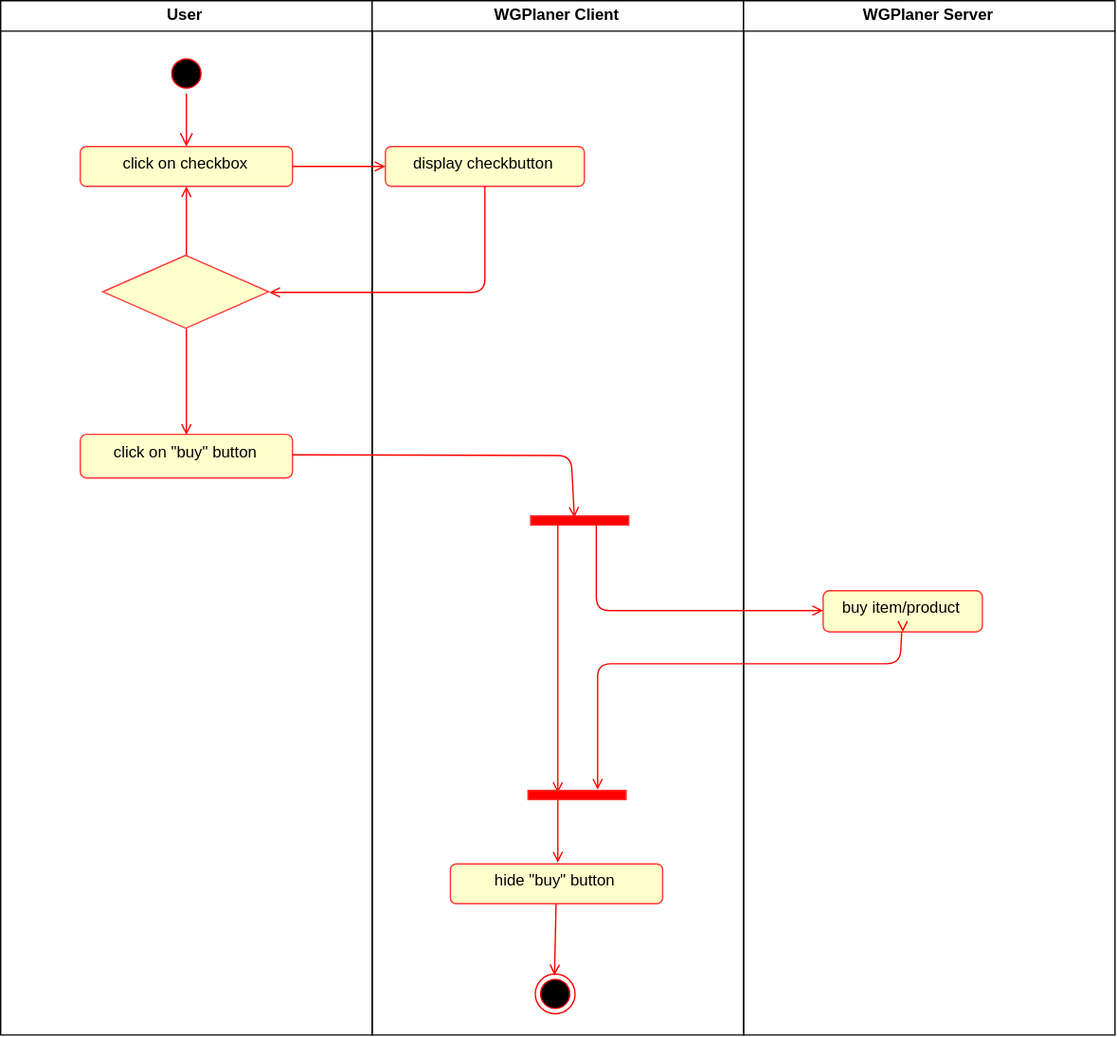
WGPlaner/wg_planer keeps this draw.io diagram as Documentation/ActivityDiagrams/uc_buy_item_activity_diagram.svg. Above is the earlier version. Source tidied: cells renumbered, new cells last; positions are measured from the earlier drawing's top-left corner, leaving out a move shared by most shapes. Its diagram source:
```xml
<mxGraphModel background="#ffffff">
  <root>
    <mxCell id="0" />
    <mxCell id="1" parent="0" />
    <mxCell id="2" value="User" style="swimlane;whiteSpace=wrap;" parent="1" vertex="1">
      <mxGeometry width="280" height="780" as="geometry" />
    </mxCell>
    <mxCell id="3" style="ellipse;shape=startState;fillColor=#000000;strokeColor=#ff0000;" parent="2" vertex="1">
      <mxGeometry x="125" y="40" width="30" height="30" as="geometry" />
    </mxCell>
    <mxCell id="4" style="edgeStyle=elbowEdgeStyle;elbow=horizontal;verticalAlign=bottom;endArrow=open;endSize=8;strokeColor=#FF0000;endFill=1;rounded=0;entryX=0.5;entryY=0;" parent="2" edge="1" source="3" target="5">
      <mxGeometry x="100" y="40" as="geometry" />
    </mxCell>
    <mxCell id="5" value="click on checkbox" style="rounded=1;whiteSpace=wrap;html=1;fillColor=#FFFFCC;strokeColor=#FF3333;" parent="2" vertex="1">
      <mxGeometry x="60" y="110" width="160" height="30" as="geometry" />
    </mxCell>
    <mxCell id="6" style="edgeStyle=orthogonalEdgeStyle;rounded=0;html=1;exitX=0.5;exitY=0;entryX=0.5;entryY=0;jettySize=auto;orthogonalLoop=1;strokeColor=#FF0000;" parent="2" edge="1" source="5" target="5">
      <mxGeometry relative="1" as="geometry" />
    </mxCell>
    <mxCell id="7" style="edgeStyle=none;rounded=1;html=1;exitX=0.5;exitY=0;entryX=0.5;entryY=1;endArrow=open;endFill=0;jettySize=auto;strokeColor=#FF0000;" parent="2" edge="1" source="9" target="5">
      <mxGeometry relative="1" as="geometry" />
    </mxCell>
    <mxCell id="8" style="edgeStyle=none;rounded=1;html=1;exitX=0.5;exitY=1;entryX=0.5;entryY=0;endArrow=open;endFill=0;jettySize=auto;strokeColor=#FF0000;" parent="2" edge="1" source="9" target="10">
      <mxGeometry relative="1" as="geometry" />
    </mxCell>
    <mxCell id="9" style="rhombus;whiteSpace=wrap;html=1;strokeColor=#FF3333;fillColor=#FFFFCC;" parent="2" vertex="1">
      <mxGeometry x="77" y="192" width="125" height="55" as="geometry" />
    </mxCell>
    <mxCell id="10" value="click on &quot;buy&quot; button" style="rounded=1;whiteSpace=wrap;html=1;fillColor=#FFFFCC;strokeColor=#FF3333;" parent="2" vertex="1">
      <mxGeometry x="60" y="327" width="160" height="33" as="geometry" />
    </mxCell>
    <mxCell id="11" value="WGPlaner Client" style="swimlane;whiteSpace=wrap;" parent="1" vertex="1">
      <mxGeometry x="280" width="280" height="780" as="geometry" />
    </mxCell>
    <mxCell id="12" value="display checkbutton" style="rounded=1;whiteSpace=wrap;html=1;fillColor=#FFFFCC;strokeColor=#FF3333;" parent="11" vertex="1">
      <mxGeometry x="10" y="110" width="150" height="30" as="geometry" />
    </mxCell>
    <mxCell id="13" style="html=1;points=[];perimeter=orthogonalPerimeter;strokeColor=#FF3333;fillColor=#FF0000;rotation=90;" parent="11" vertex="1">
      <mxGeometry x="153" y="355" width="7" height="74" as="geometry" />
    </mxCell>
    <mxCell id="14" style="ellipse;shape=endState;fillColor=#000000;strokeColor=#ff0000;" parent="11" vertex="1">
      <mxGeometry x="123" y="734" width="30" height="30" as="geometry" />
    </mxCell>
    <mxCell id="15" style="endArrow=open;html=1;strokeColor=#FF0000;endFill=0;entryX=0.214;entryY=0.708;exitX=1.017;exitY=0.728;exitPerimeter=0;entryPerimeter=0;" parent="11" edge="1" source="13" target="18">
      <mxGeometry relative="1" as="geometry" />
    </mxCell>
    <mxCell id="16" style="edgeStyle=none;rounded=1;html=1;entryX=0.5;entryY=0;endArrow=open;endFill=0;jettySize=auto;strokeColor=#FF0000;" parent="11" edge="1" source="17" target="14">
      <mxGeometry relative="1" as="geometry" />
    </mxCell>
    <mxCell id="17" value="hide &quot;buy&quot; button" style="rounded=1;whiteSpace=wrap;html=1;fillColor=#FFFFCC;strokeColor=#FF3333;" parent="11" vertex="1">
      <mxGeometry x="59" y="651" width="160" height="30" as="geometry" />
    </mxCell>
    <mxCell id="18" style="html=1;points=[];perimeter=orthogonalPerimeter;strokeColor=#FF3333;fillColor=#FF0000;rotation=90;" parent="11" vertex="1">
      <mxGeometry x="151" y="562" width="7" height="74" as="geometry" />
    </mxCell>
    <mxCell id="19" style="endArrow=open;html=1;strokeColor=#FF0000;endFill=0;entryX=0.5;entryY=0;exitX=1.071;exitY=0.698;exitPerimeter=0;" parent="11" edge="1" source="18" target="17">
      <mxGeometry relative="1" as="geometry" />
    </mxCell>
    <mxCell id="20" value="WGPlaner Server" style="swimlane;whiteSpace=wrap;" parent="1" vertex="1">
      <mxGeometry x="560" width="280" height="780" as="geometry" />
    </mxCell>
    <mxCell id="21" value="buy item/product" style="rounded=1;whiteSpace=wrap;html=1;fillColor=#FFFFCC;strokeColor=#FF3333;" parent="20" vertex="1">
      <mxGeometry x="60" y="445" width="120" height="31" as="geometry" />
    </mxCell>
    <mxCell id="22" style="edgeStyle=none;rounded=1;html=1;exitX=0.5;exitY=1;endArrow=open;endFill=0;jettySize=auto;orthogonalLoop=1;strokeColor=#FF0000;" parent="20" edge="1" source="21" target="21">
      <mxGeometry relative="1" as="geometry" />
    </mxCell>
    <mxCell id="23" style="endArrow=open;html=1;strokeColor=#FF0000;exitX=1;exitY=0.5;entryX=0;entryY=0.5;endFill=0;" parent="1" edge="1" source="5" target="12">
      <mxGeometry relative="1" as="geometry" />
    </mxCell>
    <mxCell id="24" style="endArrow=open;html=1;strokeColor=#FF0000;exitX=1;exitY=0.5;endFill=0;entryX=0.051;entryY=0.57;entryPerimeter=0;" parent="1" edge="1" source="10" target="13">
      <mxGeometry relative="1" as="geometry">
        <Array as="points">
          <mxPoint x="430" y="343" />
        </Array>
      </mxGeometry>
    </mxCell>
    <mxCell id="25" style="endArrow=open;html=1;strokeColor=#FF0000;entryX=0;entryY=0.5;endFill=0;" parent="1" edge="1" target="21">
      <mxGeometry relative="1" as="geometry">
        <mxPoint x="449" y="392" as="sourcePoint" />
        <Array as="points">
          <mxPoint x="449" y="460" />
        </Array>
      </mxGeometry>
    </mxCell>
    <mxCell id="26" style="html=1;endArrow=open;endFill=0;jettySize=auto;strokeColor=#FF0000;rounded=1;entryX=0.071;entryY=0.286;entryPerimeter=0;" parent="1" edge="1" source="21" target="18">
      <mxGeometry relative="1" as="geometry">
        <Array as="points">
          <mxPoint x="678" y="500" />
          <mxPoint x="450" y="500" />
        </Array>
      </mxGeometry>
    </mxCell>
    <mxCell id="27" style="edgeStyle=none;rounded=1;html=1;exitX=0.5;exitY=1;entryX=1;entryY=0.5;endArrow=open;endFill=0;jettySize=auto;strokeColor=#FF0000;" parent="1" edge="1" source="12" target="9">
      <mxGeometry relative="1" as="geometry">
        <Array as="points">
          <mxPoint x="365" y="220" />
        </Array>
      </mxGeometry>
    </mxCell>
  </root>
</mxGraphModel>
```
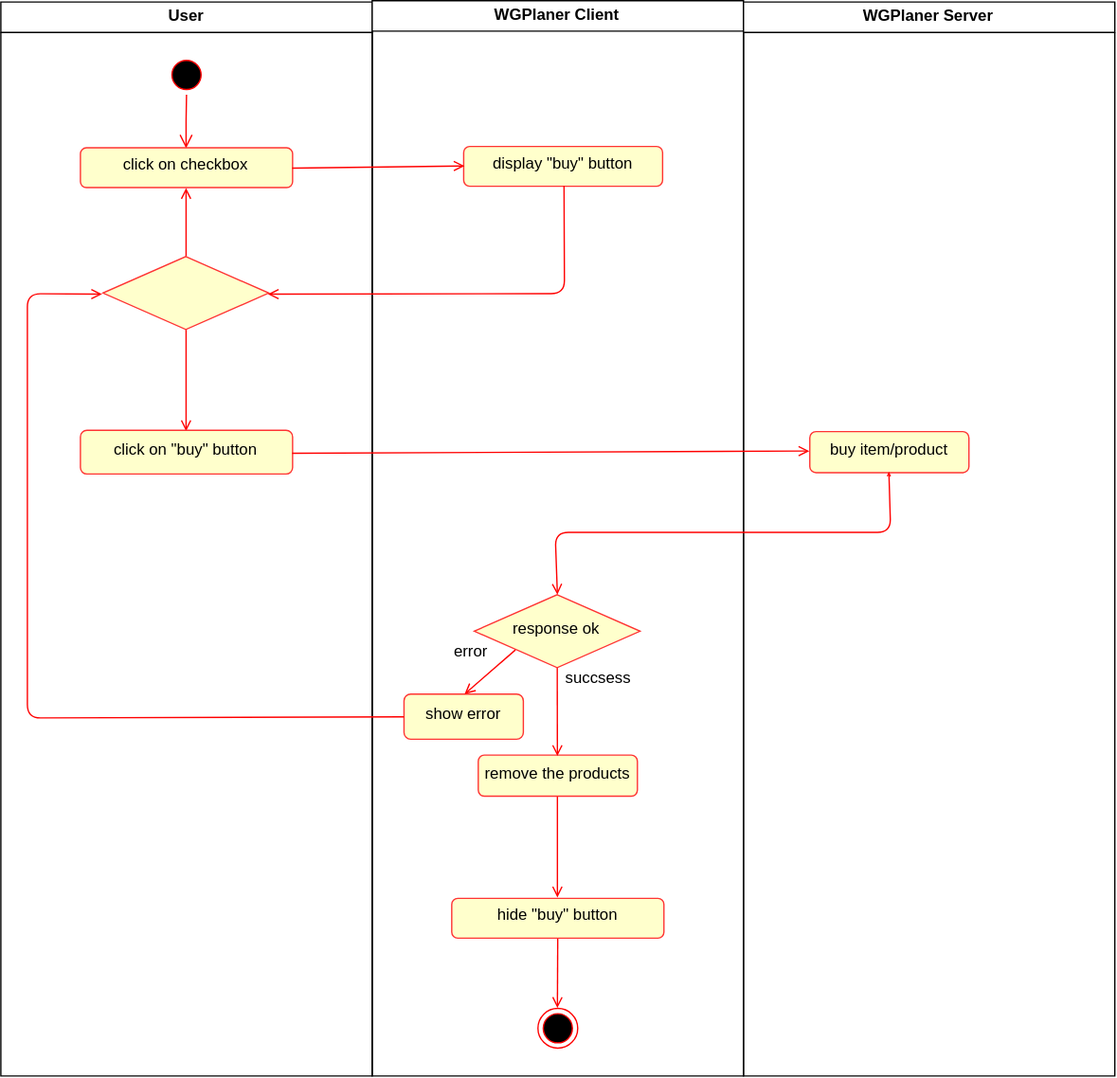
The same file after the commit.

Change to the diagram source:
```diff
@@ -3,7 +3,7 @@
     <mxCell id="0" />
     <mxCell id="1" parent="0" />
     <mxCell id="2" value="User" style="swimlane;whiteSpace=wrap;" parent="1" vertex="1">
-      <mxGeometry width="280" height="780" as="geometry" />
+      <mxGeometry width="280" height="810" as="geometry" />
     </mxCell>
     <mxCell id="3" style="ellipse;shape=startState;fillColor=#000000;strokeColor=#ff0000;" parent="2" vertex="1">
       <mxGeometry x="125" y="40" width="30" height="30" as="geometry" />
@@ -27,40 +27,49 @@
       <mxGeometry x="77" y="192" width="125" height="55" as="geometry" />
     </mxCell>
     <mxCell id="10" value="click on &quot;buy&quot; button" style="rounded=1;whiteSpace=wrap;html=1;fillColor=#FFFFCC;strokeColor=#FF3333;" parent="2" vertex="1">
-      <mxGeometry x="60" y="327" width="160" height="33" as="geometry" />
+      <mxGeometry x="60" y="323" width="160" height="33" as="geometry" />
     </mxCell>
     <mxCell id="11" value="WGPlaner Client" style="swimlane;whiteSpace=wrap;" parent="1" vertex="1">
-      <mxGeometry x="280" width="280" height="780" as="geometry" />
+      <mxGeometry x="280" y="-1" width="280" height="811" as="geometry" />
     </mxCell>
-    <mxCell id="12" value="display checkbutton" style="rounded=1;whiteSpace=wrap;html=1;fillColor=#FFFFCC;strokeColor=#FF3333;" parent="11" vertex="1">
-      <mxGeometry x="10" y="110" width="150" height="30" as="geometry" />
+    <mxCell id="12" value="display &quot;buy&quot; button" style="rounded=1;whiteSpace=wrap;html=1;fillColor=#FFFFCC;strokeColor=#FF3333;" parent="11" vertex="1">
+      <mxGeometry x="69" y="110" width="150" height="30" as="geometry" />
     </mxCell>
-    <mxCell id="13" style="html=1;points=[];perimeter=orthogonalPerimeter;strokeColor=#FF3333;fillColor=#FF0000;rotation=90;" parent="11" vertex="1">
-      <mxGeometry x="153" y="355" width="7" height="74" as="geometry" />
-    </mxCell>
     <mxCell id="14" style="ellipse;shape=endState;fillColor=#000000;strokeColor=#ff0000;" parent="11" vertex="1">
-      <mxGeometry x="123" y="734" width="30" height="30" as="geometry" />
+      <mxGeometry x="125" y="760" width="30" height="30" as="geometry" />
     </mxCell>
-    <mxCell id="15" style="endArrow=open;html=1;strokeColor=#FF0000;endFill=0;entryX=0.214;entryY=0.708;exitX=1.017;exitY=0.728;exitPerimeter=0;entryPerimeter=0;" parent="11" edge="1" source="13" target="18">
-      <mxGeometry relative="1" as="geometry" />
-    </mxCell>
     <mxCell id="16" style="edgeStyle=none;rounded=1;html=1;entryX=0.5;entryY=0;endArrow=open;endFill=0;jettySize=auto;strokeColor=#FF0000;" parent="11" edge="1" source="17" target="14">
       <mxGeometry relative="1" as="geometry" />
     </mxCell>
     <mxCell id="17" value="hide &quot;buy&quot; button" style="rounded=1;whiteSpace=wrap;html=1;fillColor=#FFFFCC;strokeColor=#FF3333;" parent="11" vertex="1">
-      <mxGeometry x="59" y="651" width="160" height="30" as="geometry" />
+      <mxGeometry x="60" y="677" width="160" height="30" as="geometry" />
     </mxCell>
-    <mxCell id="18" style="html=1;points=[];perimeter=orthogonalPerimeter;strokeColor=#FF3333;fillColor=#FF0000;rotation=90;" parent="11" vertex="1">
-      <mxGeometry x="151" y="562" width="7" height="74" as="geometry" />
-    </mxCell>
-    <mxCell id="19" style="endArrow=open;html=1;strokeColor=#FF0000;endFill=0;entryX=0.5;entryY=0;exitX=1.071;exitY=0.698;exitPerimeter=0;" parent="11" edge="1" source="18" target="17">
+    <mxCell id="19" style="endArrow=open;html=1;strokeColor=#FF0000;endFill=0;entryX=0.5;entryY=0;exitX=0.5;exitY=1;" parent="11" edge="1" source="28" target="17">
       <mxGeometry relative="1" as="geometry" />
     </mxCell>
+    <mxCell id="28" value="remove the products" style="rounded=1;whiteSpace=wrap;html=1;fillColor=#FFFFCC;strokeColor=#FF3333;" parent="11" vertex="1">
+      <mxGeometry x="80" y="569" width="120" height="31" as="geometry" />
+    </mxCell>
+    <mxCell id="29" style="edgeStyle=none;rounded=1;html=1;entryX=0.5;entryY=0;endArrow=open;endFill=0;jettySize=auto;strokeColor=#FF0000;strokeWidth=1;" parent="11" edge="1" source="30" target="28">
+      <mxGeometry relative="1" as="geometry" />
+    </mxCell>
+    <mxCell id="30" value="response ok" style="rhombus;whiteSpace=wrap;html=1;strokeColor=#FF3333;fillColor=#FFFFCC;" parent="11" vertex="1">
+      <mxGeometry x="77" y="448" width="125" height="55" as="geometry" />
+    </mxCell>
+    <mxCell id="31" value="show error" style="rounded=1;whiteSpace=wrap;html=1;fillColor=#FFFFCC;strokeColor=#FF3333;" parent="11" vertex="1">
+      <mxGeometry x="24" y="523" width="90" height="34" as="geometry" />
+    </mxCell>
+    <mxCell id="32" value="error" style="text;html=1;align=left;verticalAlign=top;spacingTop=-4;" parent="11" vertex="1">
+      <mxGeometry x="60" y="483" width="40" height="20" as="geometry" />
+    </mxCell>
+    <mxCell id="33" style="edgeStyle=none;rounded=1;html=1;endArrow=open;endFill=0;jettySize=auto;strokeColor=#FF0000;strokeWidth=1;exitX=0;exitY=1;entryX=0.5;entryY=0;" parent="11" edge="1" source="30" target="31">
+      <mxGeometry relative="1" as="geometry" />
+    </mxCell>
     <mxCell id="20" value="WGPlaner Server" style="swimlane;whiteSpace=wrap;" parent="1" vertex="1">
-      <mxGeometry x="560" width="280" height="780" as="geometry" />
+      <mxGeometry x="560" width="280" height="810" as="geometry" />
     </mxCell>
     <mxCell id="21" value="buy item/product" style="rounded=1;whiteSpace=wrap;html=1;fillColor=#FFFFCC;strokeColor=#FF3333;" parent="20" vertex="1">
-      <mxGeometry x="60" y="445" width="120" height="31" as="geometry" />
+      <mxGeometry x="50" y="324" width="120" height="31" as="geometry" />
     </mxCell>
     <mxCell id="22" style="edgeStyle=none;rounded=1;html=1;exitX=0.5;exitY=1;endArrow=open;endFill=0;jettySize=auto;orthogonalLoop=1;strokeColor=#FF0000;" parent="20" edge="1" source="21" target="21">
       <mxGeometry relative="1" as="geometry" />
@@ -68,35 +77,34 @@
     <mxCell id="23" style="endArrow=open;html=1;strokeColor=#FF0000;exitX=1;exitY=0.5;entryX=0;entryY=0.5;endFill=0;" parent="1" edge="1" source="5" target="12">
       <mxGeometry relative="1" as="geometry" />
     </mxCell>
-    <mxCell id="24" style="endArrow=open;html=1;strokeColor=#FF0000;exitX=1;exitY=0.5;endFill=0;entryX=0.051;entryY=0.57;entryPerimeter=0;" parent="1" edge="1" source="10" target="13">
-      <mxGeometry relative="1" as="geometry">
-        <Array as="points">
-          <mxPoint x="430" y="343" />
-        </Array>
-      </mxGeometry>
+    <mxCell id="24" style="endArrow=open;html=1;strokeColor=#FF0000;exitX=1;exitY=0.5;endFill=0;entryX=0;entryY=0.5;" parent="1" edge="1" source="10" target="21">
+      <mxGeometry relative="1" as="geometry" />
     </mxCell>
-    <mxCell id="25" style="endArrow=open;html=1;strokeColor=#FF0000;entryX=0;entryY=0.5;endFill=0;" parent="1" edge="1" target="21">
-      <mxGeometry relative="1" as="geometry">
-        <mxPoint x="449" y="392" as="sourcePoint" />
-        <Array as="points">
-          <mxPoint x="449" y="460" />
-        </Array>
-      </mxGeometry>
-    </mxCell>
-    <mxCell id="26" style="html=1;endArrow=open;endFill=0;jettySize=auto;strokeColor=#FF0000;rounded=1;entryX=0.071;entryY=0.286;entryPerimeter=0;" parent="1" edge="1" source="21" target="18">
+    <mxCell id="26" style="html=1;endArrow=open;endFill=0;jettySize=auto;strokeColor=#FF0000;rounded=1;entryX=0.5;entryY=0;exitX=0.5;exitY=1;" parent="1" edge="1" source="21" target="30">
       <mxGeometry relative="1" as="geometry">
         <Array as="points">
-          <mxPoint x="678" y="500" />
-          <mxPoint x="450" y="500" />
+          <mxPoint x="671" y="400" />
+          <mxPoint x="418" y="400" />
         </Array>
       </mxGeometry>
     </mxCell>
     <mxCell id="27" style="edgeStyle=none;rounded=1;html=1;exitX=0.5;exitY=1;entryX=1;entryY=0.5;endArrow=open;endFill=0;jettySize=auto;strokeColor=#FF0000;" parent="1" edge="1" source="12" target="9">
       <mxGeometry relative="1" as="geometry">
         <Array as="points">
-          <mxPoint x="365" y="220" />
+          <mxPoint x="425" y="220" />
         </Array>
       </mxGeometry>
     </mxCell>
+    <mxCell id="34" value="succsess" style="text;html=1;align=left;verticalAlign=top;spacingTop=-4;" parent="1" vertex="1">
+      <mxGeometry x="424" y="502" width="60" height="20" as="geometry" />
+    </mxCell>
+    <mxCell id="35" style="edgeStyle=none;rounded=1;html=1;entryX=0;entryY=0.5;endArrow=open;endFill=0;jettySize=auto;strokeColor=#FF0000;strokeWidth=1;" parent="1" edge="1" source="31" target="9">
+      <mxGeometry relative="1" as="geometry">
+        <Array as="points">
+          <mxPoint x="20" y="540" />
+          <mxPoint x="20" y="220" />
+        </Array>
+      </mxGeometry>
+    </mxCell>
   </root>
 </mxGraphModel>
```
